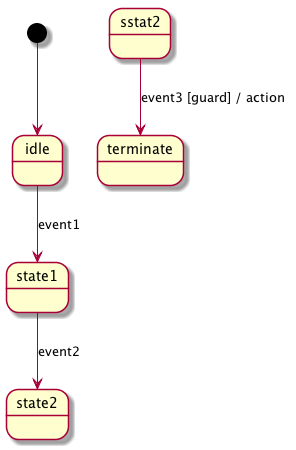
Earlier version of the PlantUML export images/logic.png (xue2sheng/spaghettiCode).
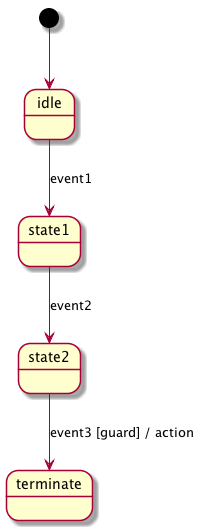
The same file after the commit.

Commit message:
diagram correction

Change to the diagram source:
```diff
@@ -2,5 +2,5 @@
 [*] --> idle
 idle --> state1 : event1
 state1 --> state2 : event2
-sstat2 --> terminate : event3 [guard] / action
+state2 --> terminate : event3 [guard] / action
 @enduml
```
